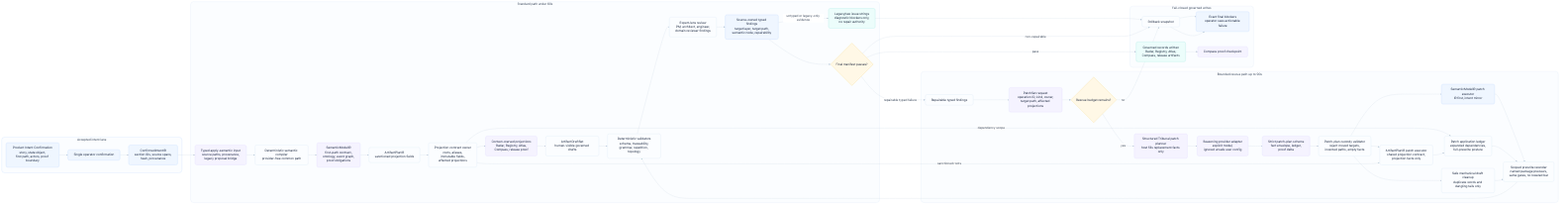
odylith/odylith keeps this Mermaid diagram as odylith/atlas/source/domain-intelligence-greenfield-governance.png. Above is the earlier version. Its source is kept beside it as odylith/atlas/source/domain-intelligence-greenfield-governance.mmd.
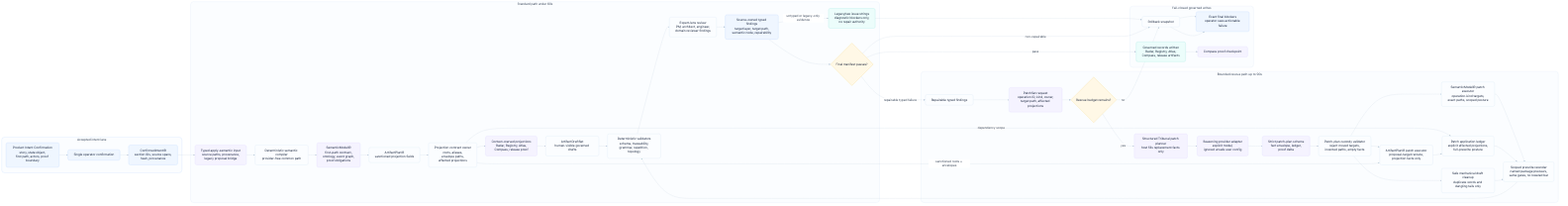
Later version of the same file.

What changed in the source:
```diff
@@ -12,7 +12,7 @@
       compiler["Deterministic semantic compiler<br/>provider-free common path"]
       semantic_ir["SemanticModelIR<br/>first-path contract,<br/>ontology, event graph,<br/>proof obligations"]
       artifact_plan["ArtifactPlanIR<br/>sanctioned projection fields"]
-      projection_contract["Projection contract owner<br/>roots, aliases,<br/>immutable fields,<br/>affected projections"]
+      projection_contract["Projection contract owner<br/>roots, aliases,<br/>envelope paths,<br/>affected projections"]
       projections["Context-starved projections<br/>Radar, Registry, Atlas,<br/>Compass, release proof"]
       draft_set["ArtifactDraftSet<br/>human-visible governed drafts"]
       validators["Deterministic validators<br/>schema, traceability,<br/>grammar, repetition, topology"]
@@ -31,9 +31,9 @@
       provider_adapter["Reasoning provider adapter<br/>explicit model,<br/>ignored unsafe user config"]
       strict_schema["Strict patch-plan schema<br/>fact envelope, ledger,<br/>proof delta"]
       custody_check["Patch-plan custody validator<br/>reject moved targets,<br/>invented paths, empty facts"]
-      semantic_apply["SemanticModelIR patch executor<br/>IR first, intent mirror"]
-      plan_apply["ArtifactPlanIR patch executor<br/>shared projection contract,<br/>projection facts only"]
-      scope_ledger["Patch application ledger<br/>expanded dependencies,<br/>full-prewrite posture"]
+      semantic_apply["SemanticModelIR patch executor<br/>operation-kind targets,<br/>exact paths, scoped posture"]
+      plan_apply["ArtifactPlanIR patch executor<br/>proposal-target reroute,<br/>projection facts only"]
+      scope_ledger["Patch application ledger<br/>explicit affected projections,<br/>full-prewrite posture"]
       copy_repair["Safe mechanical draft cleanup<br/>duplicate words and dangling tails only"]
       rerender["Scoped prewrite rerender<br/>named package previews,<br/>same gates, no lowered bar"]
     end
@@ -56,7 +56,7 @@
     custody_check --> semantic_apply
     custody_check --> plan_apply
     custody_check --> copy_repair
-    projection_contract -. "sanctioned roots" .-> plan_apply
+    projection_contract -. "sanctioned roots + envelopes" .-> plan_apply
     projection_contract -. "dependency scope" .-> scope_ledger
     semantic_apply --> rerender
     plan_apply --> scope_ledger --> rerender
```
